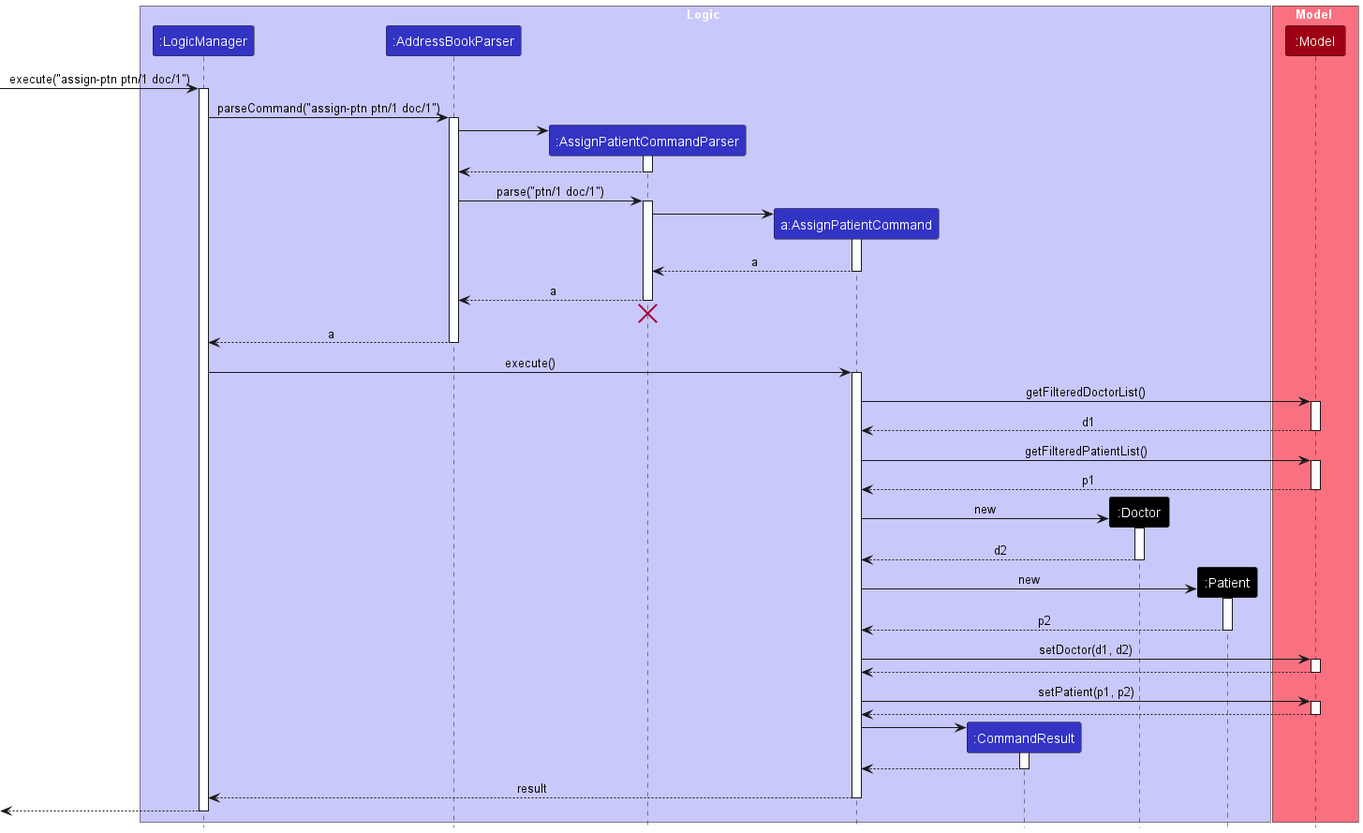
Before: docs/images/AssignPatientSequenceDiagram.png, a diagram exported from PlantUML (nus-cs2103-AY2223S2/tp).
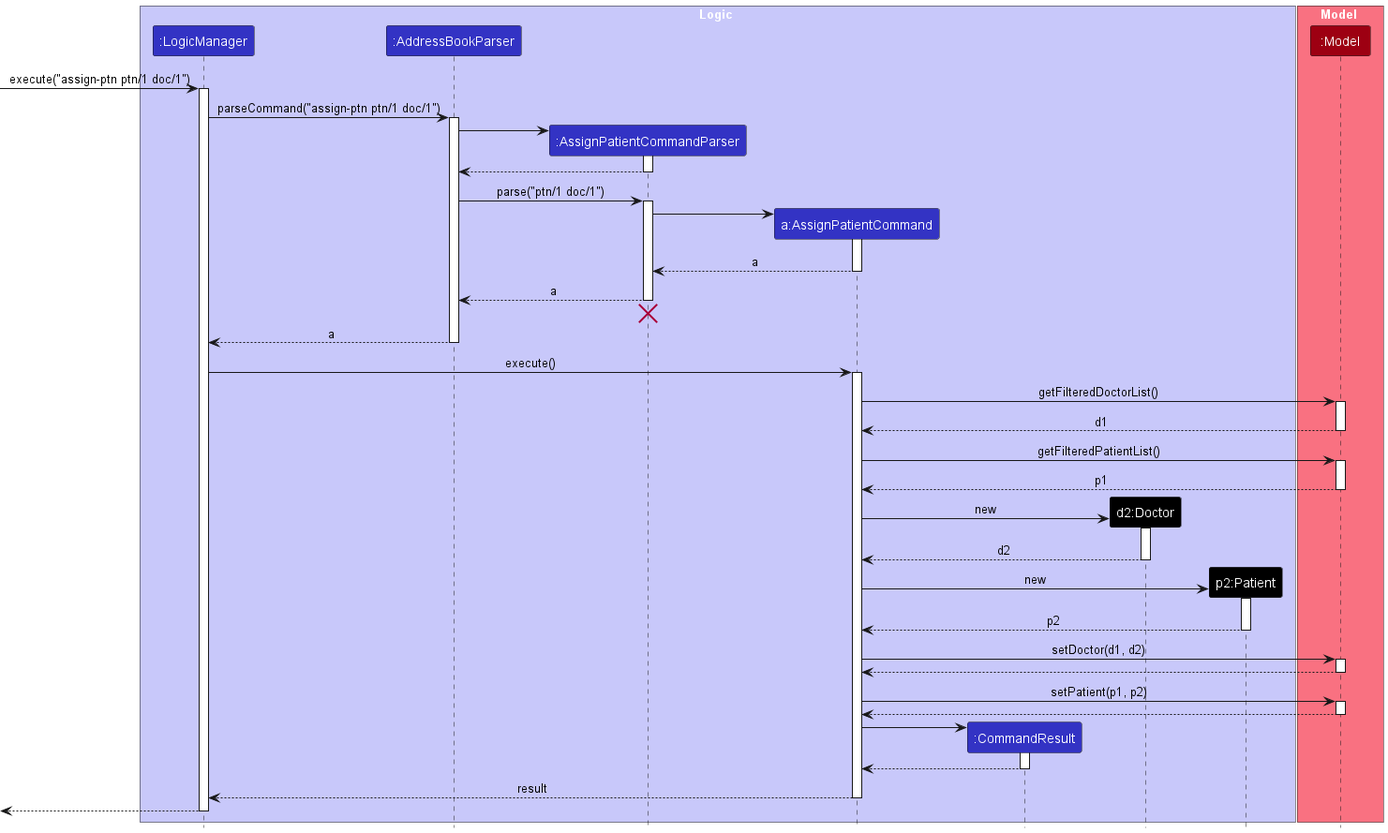
After the commit.

Commit message:
Add sequence diagrams

What changed in the source:
```diff
@@ -7,8 +7,8 @@
 participant ":AssignPatientCommandParser" as AssignPatientCommandParser LOGIC_COLOR
 participant "a:AssignPatientCommand" as AssignPatientCommand LOGIC_COLOR
 participant ":CommandResult" as CommandResult LOGIC_COLOR
-participant ":Doctor" as Doctor USER_COLOR
-participant ":Patient" as Patient USER_COLOR
+participant "d2:Doctor" as Doctor USER_COLOR
+participant "p2:Patient" as Patient USER_COLOR
 end box
 
 box Model MODEL_COLOR_T1
```
